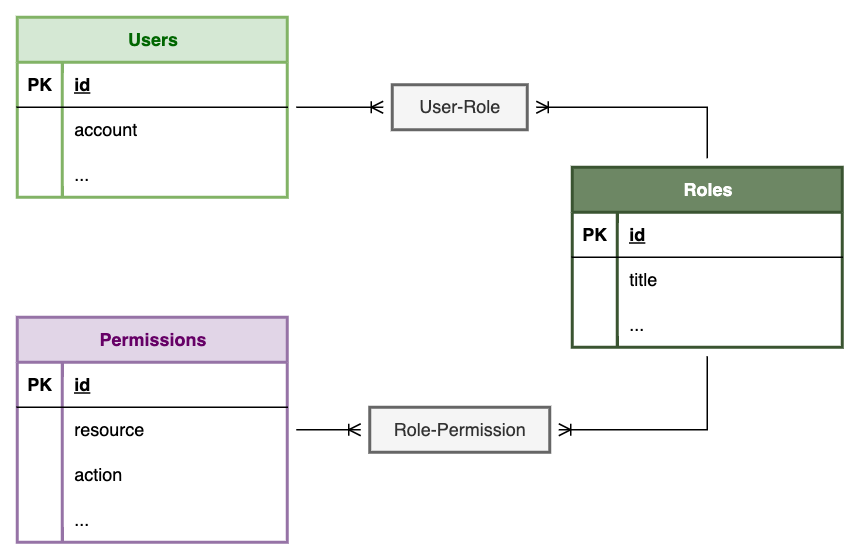
Earlier version of the draw.io export docs/system-design/02-user-access-control/user-access-control.drawio.png (LsYueh/SBOS). Source tidied: cells renumbered, new cells last; positions are measured from the earlier drawing's top-left corner, leaving out a move shared by most shapes. Source of this version:
```xml
<mxGraphModel>
  <root>
    <mxCell id="0" />
    <mxCell id="1" parent="0" />
    <mxCell id="2" value="Users" style="shape=table;startSize=30;rowLines=0;fontStyle=1;align=center;html=1;rounded=0;fillColor=#d5e8d4;strokeColor=#82b366;fontColor=#006600;strokeWidth=2;" parent="1" vertex="1">
      <mxGeometry width="180" height="120" as="geometry" />
    </mxCell>
    <mxCell id="3" style="shape=tableRow;horizontal=0;startSize=0;swimlaneHead=0;swimlaneBody=0;fillColor=none;points=[[0,0.5],[1,0.5]];portConstraint=eastwest;top=0;left=0;right=0;bottom=1;" parent="2" vertex="1">
      <mxGeometry y="30" width="180" height="30" as="geometry" />
    </mxCell>
    <mxCell id="4" value="PK" style="shape=partialRectangle;fillColor=none;top=0;left=0;bottom=0;right=0;fontStyle=1;overflow=hidden;whiteSpace=wrap;html=1;" parent="3" vertex="1">
      <mxGeometry width="30" height="30" as="geometry" />
    </mxCell>
    <mxCell id="5" value="id" style="shape=partialRectangle;fillColor=none;top=0;left=0;bottom=0;right=0;align=left;spacingLeft=6;fontStyle=5;overflow=hidden;whiteSpace=wrap;html=1;" parent="3" vertex="1">
      <mxGeometry x="30" width="150" height="30" as="geometry" />
    </mxCell>
    <mxCell id="6" style="shape=tableRow;horizontal=0;startSize=0;swimlaneHead=0;swimlaneBody=0;fillColor=none;top=0;left=0;right=0;bottom=0;" parent="2" vertex="1">
      <mxGeometry y="60" width="180" height="30" as="geometry" />
    </mxCell>
    <mxCell id="7" style="shape=partialRectangle;fillColor=none;top=0;left=0;bottom=0;right=0;overflow=hidden;whiteSpace=wrap;html=1;" parent="6" vertex="1">
      <mxGeometry width="30" height="30" as="geometry" />
    </mxCell>
    <mxCell id="8" value="account" style="shape=partialRectangle;fillColor=none;top=0;left=0;bottom=0;right=0;align=left;spacingLeft=6;overflow=hidden;whiteSpace=wrap;html=1;" parent="6" vertex="1">
      <mxGeometry x="30" width="150" height="30" as="geometry" />
    </mxCell>
    <mxCell id="9" style="shape=tableRow;horizontal=0;startSize=0;swimlaneHead=0;swimlaneBody=0;fillColor=none;top=0;left=0;right=0;bottom=0;" parent="2" vertex="1">
      <mxGeometry y="90" width="180" height="30" as="geometry" />
    </mxCell>
    <mxCell id="10" style="shape=partialRectangle;fillColor=none;top=0;left=0;bottom=0;right=0;overflow=hidden;whiteSpace=wrap;html=1;" parent="9" vertex="1">
      <mxGeometry width="30" height="30" as="geometry" />
    </mxCell>
    <mxCell id="11" value="..." style="shape=partialRectangle;fillColor=none;top=0;left=0;bottom=0;right=0;align=left;spacingLeft=6;overflow=hidden;whiteSpace=wrap;html=1;" parent="9" vertex="1">
      <mxGeometry x="30" width="150" height="30" as="geometry" />
    </mxCell>
    <mxCell id="12" value="Roles" style="shape=table;startSize=30;rowLines=0;fontStyle=1;align=center;html=1;rounded=0;fillColor=#6d8764;fontColor=#ffffff;strokeColor=#3A5431;strokeWidth=2;" parent="1" vertex="1">
      <mxGeometry x="370" y="100" width="180" height="120" as="geometry" />
    </mxCell>
    <mxCell id="13" style="shape=tableRow;horizontal=0;startSize=0;swimlaneHead=0;swimlaneBody=0;fillColor=none;points=[[0,0.5],[1,0.5]];portConstraint=eastwest;top=0;left=0;right=0;bottom=1;" parent="12" vertex="1">
      <mxGeometry y="30" width="180" height="30" as="geometry" />
    </mxCell>
    <mxCell id="14" value="PK" style="shape=partialRectangle;fillColor=none;top=0;left=0;bottom=0;right=0;fontStyle=1;overflow=hidden;whiteSpace=wrap;html=1;" parent="13" vertex="1">
      <mxGeometry width="30" height="30" as="geometry" />
    </mxCell>
    <mxCell id="15" value="id" style="shape=partialRectangle;fillColor=none;top=0;left=0;bottom=0;right=0;align=left;spacingLeft=6;fontStyle=5;overflow=hidden;whiteSpace=wrap;html=1;" parent="13" vertex="1">
      <mxGeometry x="30" width="150" height="30" as="geometry" />
    </mxCell>
    <mxCell id="16" style="shape=tableRow;horizontal=0;startSize=0;swimlaneHead=0;swimlaneBody=0;fillColor=none;top=0;left=0;right=0;bottom=0;" parent="12" vertex="1">
      <mxGeometry y="60" width="180" height="30" as="geometry" />
    </mxCell>
    <mxCell id="17" style="shape=partialRectangle;fillColor=none;top=0;left=0;bottom=0;right=0;overflow=hidden;whiteSpace=wrap;html=1;" parent="16" vertex="1">
      <mxGeometry width="30" height="30" as="geometry" />
    </mxCell>
    <mxCell id="18" value="title" style="shape=partialRectangle;fillColor=none;top=0;left=0;bottom=0;right=0;align=left;spacingLeft=6;overflow=hidden;whiteSpace=wrap;html=1;" parent="16" vertex="1">
      <mxGeometry x="30" width="150" height="30" as="geometry" />
    </mxCell>
    <mxCell id="19" style="shape=tableRow;horizontal=0;startSize=0;swimlaneHead=0;swimlaneBody=0;fillColor=none;top=0;left=0;right=0;bottom=0;" parent="12" vertex="1">
      <mxGeometry y="90" width="180" height="30" as="geometry" />
    </mxCell>
    <mxCell id="20" style="shape=partialRectangle;fillColor=none;top=0;left=0;bottom=0;right=0;overflow=hidden;whiteSpace=wrap;html=1;" parent="19" vertex="1">
      <mxGeometry width="30" height="30" as="geometry" />
    </mxCell>
    <mxCell id="21" value="..." style="shape=partialRectangle;fillColor=none;top=0;left=0;bottom=0;right=0;align=left;spacingLeft=6;overflow=hidden;whiteSpace=wrap;html=1;" parent="19" vertex="1">
      <mxGeometry x="30" width="150" height="30" as="geometry" />
    </mxCell>
    <mxCell id="22" value="Permissions" style="shape=table;startSize=30;rowLines=0;fontStyle=1;align=center;html=1;rounded=0;fillColor=#e1d5e7;strokeColor=#9673a6;fontColor=#660066;strokeWidth=2;" parent="1" vertex="1">
      <mxGeometry y="200" width="180" height="150" as="geometry" />
    </mxCell>
    <mxCell id="23" style="shape=tableRow;horizontal=0;startSize=0;swimlaneHead=0;swimlaneBody=0;fillColor=none;points=[[0,0.5],[1,0.5]];portConstraint=eastwest;top=0;left=0;right=0;bottom=1;" parent="22" vertex="1">
      <mxGeometry y="30" width="180" height="30" as="geometry" />
    </mxCell>
    <mxCell id="24" value="PK" style="shape=partialRectangle;fillColor=none;top=0;left=0;bottom=0;right=0;fontStyle=1;overflow=hidden;whiteSpace=wrap;html=1;" parent="23" vertex="1">
      <mxGeometry width="30" height="30" as="geometry" />
    </mxCell>
    <mxCell id="25" value="id" style="shape=partialRectangle;fillColor=none;top=0;left=0;bottom=0;right=0;align=left;spacingLeft=6;fontStyle=5;overflow=hidden;whiteSpace=wrap;html=1;" parent="23" vertex="1">
      <mxGeometry x="30" width="150" height="30" as="geometry" />
    </mxCell>
    <mxCell id="26" style="shape=tableRow;horizontal=0;startSize=0;swimlaneHead=0;swimlaneBody=0;fillColor=none;top=0;left=0;right=0;bottom=0;" parent="22" vertex="1">
      <mxGeometry y="60" width="180" height="30" as="geometry" />
    </mxCell>
    <mxCell id="27" style="shape=partialRectangle;fillColor=none;top=0;left=0;bottom=0;right=0;overflow=hidden;whiteSpace=wrap;html=1;" parent="26" vertex="1">
      <mxGeometry width="30" height="30" as="geometry" />
    </mxCell>
    <mxCell id="28" value="resource" style="shape=partialRectangle;fillColor=none;top=0;left=0;bottom=0;right=0;align=left;spacingLeft=6;overflow=hidden;whiteSpace=wrap;html=1;" parent="26" vertex="1">
      <mxGeometry x="30" width="150" height="30" as="geometry" />
    </mxCell>
    <mxCell id="29" style="shape=tableRow;horizontal=0;startSize=0;swimlaneHead=0;swimlaneBody=0;fillColor=none;top=0;left=0;right=0;bottom=0;" parent="22" vertex="1">
      <mxGeometry y="90" width="180" height="30" as="geometry" />
    </mxCell>
    <mxCell id="30" style="shape=partialRectangle;fillColor=none;top=0;left=0;bottom=0;right=0;overflow=hidden;whiteSpace=wrap;html=1;" parent="29" vertex="1">
      <mxGeometry width="30" height="30" as="geometry" />
    </mxCell>
    <mxCell id="31" value="action" style="shape=partialRectangle;fillColor=none;top=0;left=0;bottom=0;right=0;align=left;spacingLeft=6;overflow=hidden;whiteSpace=wrap;html=1;" parent="29" vertex="1">
      <mxGeometry x="30" width="150" height="30" as="geometry" />
    </mxCell>
    <mxCell id="32" style="shape=tableRow;horizontal=0;startSize=0;swimlaneHead=0;swimlaneBody=0;fillColor=none;top=0;left=0;right=0;bottom=0;" parent="22" vertex="1">
      <mxGeometry y="120" width="180" height="30" as="geometry" />
    </mxCell>
    <mxCell id="33" style="shape=partialRectangle;fillColor=none;top=0;left=0;bottom=0;right=0;overflow=hidden;whiteSpace=wrap;html=1;" parent="32" vertex="1">
      <mxGeometry width="30" height="30" as="geometry" />
    </mxCell>
    <mxCell id="34" value="..." style="shape=partialRectangle;fillColor=none;top=0;left=0;bottom=0;right=0;align=left;spacingLeft=6;overflow=hidden;whiteSpace=wrap;html=1;" parent="32" vertex="1">
      <mxGeometry x="30" width="150" height="30" as="geometry" />
    </mxCell>
    <mxCell id="35" value="User-Role" style="whiteSpace=wrap;html=1;align=center;fillColor=#f5f5f5;strokeColor=#666666;fontColor=#333333;strokeWidth=2;" parent="1" vertex="1">
      <mxGeometry x="250" y="45" width="90" height="30" as="geometry" />
    </mxCell>
    <mxCell id="36" value="Role-Permission" style="whiteSpace=wrap;html=1;align=center;fillColor=#f5f5f5;fontColor=#333333;strokeColor=#666666;strokeWidth=2;" parent="1" vertex="1">
      <mxGeometry x="235" y="260" width="120" height="30" as="geometry" />
    </mxCell>
    <mxCell id="37" style="fontSize=12;html=1;endArrow=ERoneToMany;rounded=0;strokeColor=default;align=center;verticalAlign=middle;fontFamily=Helvetica;fontColor=default;labelBackgroundColor=default;sourcePerimeterSpacing=6;targetPerimeterSpacing=6;edgeStyle=entityRelationEdgeStyle;" parent="1" edge="1" source="2" target="35">
      <mxGeometry relative="1" as="geometry" />
    </mxCell>
    <mxCell id="38" style="fontSize=12;html=1;endArrow=ERoneToMany;rounded=0;sourcePerimeterSpacing=6;targetPerimeterSpacing=6;edgeStyle=orthogonalEdgeStyle;" parent="1" edge="1" source="12" target="35">
      <mxGeometry relative="1" as="geometry">
        <Array as="points">
          <mxPoint x="460" y="60" />
        </Array>
      </mxGeometry>
    </mxCell>
    <mxCell id="39" style="fontSize=12;html=1;endArrow=ERoneToMany;rounded=0;strokeColor=default;align=center;verticalAlign=middle;fontFamily=Helvetica;fontColor=default;labelBackgroundColor=default;sourcePerimeterSpacing=6;targetPerimeterSpacing=6;edgeStyle=entityRelationEdgeStyle;" parent="1" edge="1" source="22" target="36">
      <mxGeometry relative="1" as="geometry" />
    </mxCell>
    <mxCell id="40" style="fontSize=12;html=1;endArrow=ERoneToMany;rounded=0;strokeColor=default;align=center;verticalAlign=middle;fontFamily=Helvetica;fontColor=default;labelBackgroundColor=default;sourcePerimeterSpacing=6;targetPerimeterSpacing=6;edgeStyle=elbowEdgeStyle;" parent="1" edge="1" source="12" target="36">
      <mxGeometry relative="1" as="geometry">
        <Array as="points">
          <mxPoint x="460" y="250" />
        </Array>
      </mxGeometry>
    </mxCell>
  </root>
</mxGraphModel>
```
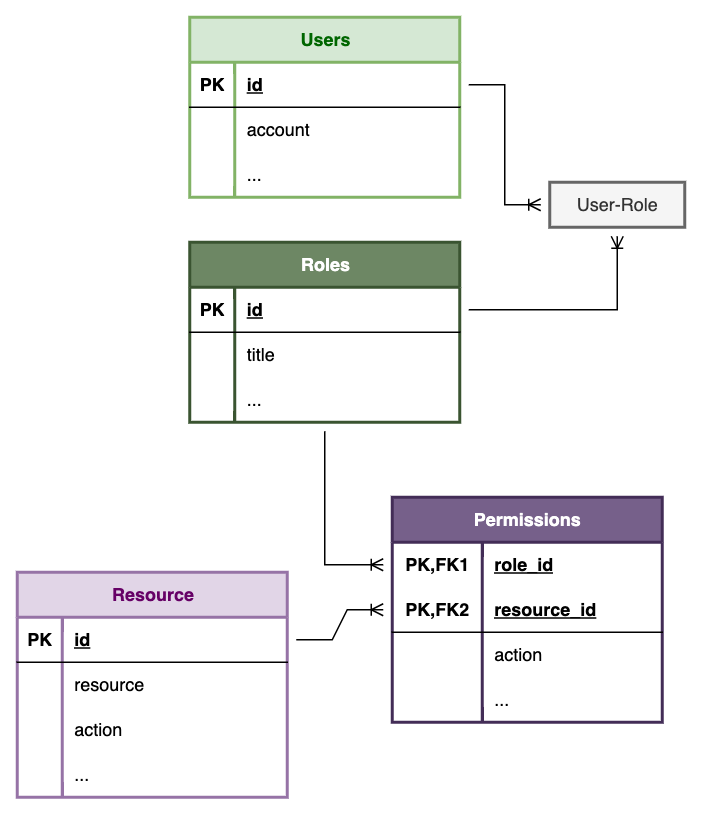
The same diagram one commit later.

What changed in the source:
```diff
@@ -3,7 +3,7 @@
     <mxCell id="0" />
     <mxCell id="1" parent="0" />
     <mxCell id="2" value="Users" style="shape=table;startSize=30;rowLines=0;fontStyle=1;align=center;html=1;rounded=0;fillColor=#d5e8d4;strokeColor=#82b366;fontColor=#006600;strokeWidth=2;" parent="1" vertex="1">
-      <mxGeometry width="180" height="120" as="geometry" />
+      <mxGeometry x="25" y="-70" width="180" height="120" as="geometry" />
     </mxCell>
     <mxCell id="3" style="shape=tableRow;horizontal=0;startSize=0;swimlaneHead=0;swimlaneBody=0;fillColor=none;points=[[0,0.5],[1,0.5]];portConstraint=eastwest;top=0;left=0;right=0;bottom=1;" parent="2" vertex="1">
       <mxGeometry y="30" width="180" height="30" as="geometry" />
@@ -33,7 +33,7 @@
       <mxGeometry x="30" width="150" height="30" as="geometry" />
     </mxCell>
     <mxCell id="12" value="Roles" style="shape=table;startSize=30;rowLines=0;fontStyle=1;align=center;html=1;rounded=0;fillColor=#6d8764;fontColor=#ffffff;strokeColor=#3A5431;strokeWidth=2;" parent="1" vertex="1">
-      <mxGeometry x="370" y="100" width="180" height="120" as="geometry" />
+      <mxGeometry x="25" y="80" width="180" height="120" as="geometry" />
     </mxCell>
     <mxCell id="13" style="shape=tableRow;horizontal=0;startSize=0;swimlaneHead=0;swimlaneBody=0;fillColor=none;points=[[0,0.5],[1,0.5]];portConstraint=eastwest;top=0;left=0;right=0;bottom=1;" parent="12" vertex="1">
       <mxGeometry y="30" width="180" height="30" as="geometry" />
@@ -62,8 +62,8 @@
     <mxCell id="21" value="..." style="shape=partialRectangle;fillColor=none;top=0;left=0;bottom=0;right=0;align=left;spacingLeft=6;overflow=hidden;whiteSpace=wrap;html=1;" parent="19" vertex="1">
       <mxGeometry x="30" width="150" height="30" as="geometry" />
     </mxCell>
-    <mxCell id="22" value="Permissions" style="shape=table;startSize=30;rowLines=0;fontStyle=1;align=center;html=1;rounded=0;fillColor=#e1d5e7;strokeColor=#9673a6;fontColor=#660066;strokeWidth=2;" parent="1" vertex="1">
-      <mxGeometry y="200" width="180" height="150" as="geometry" />
+    <mxCell id="22" value="Resource" style="shape=table;startSize=30;rowLines=0;fontStyle=1;align=center;html=1;rounded=0;fillColor=#e1d5e7;strokeColor=#9673a6;fontColor=#660066;strokeWidth=2;" parent="1" vertex="1">
+      <mxGeometry x="-90" y="300" width="180" height="150" as="geometry" />
     </mxCell>
     <mxCell id="23" style="shape=tableRow;horizontal=0;startSize=0;swimlaneHead=0;swimlaneBody=0;fillColor=none;points=[[0,0.5],[1,0.5]];portConstraint=eastwest;top=0;left=0;right=0;bottom=1;" parent="22" vertex="1">
       <mxGeometry y="30" width="180" height="30" as="geometry" />
@@ -102,30 +102,66 @@
       <mxGeometry x="30" width="150" height="30" as="geometry" />
     </mxCell>
     <mxCell id="35" value="User-Role" style="whiteSpace=wrap;html=1;align=center;fillColor=#f5f5f5;strokeColor=#666666;fontColor=#333333;strokeWidth=2;" parent="1" vertex="1">
-      <mxGeometry x="250" y="45" width="90" height="30" as="geometry" />
+      <mxGeometry x="265" y="40" width="90" height="30" as="geometry" />
     </mxCell>
-    <mxCell id="36" value="Role-Permission" style="whiteSpace=wrap;html=1;align=center;fillColor=#f5f5f5;fontColor=#333333;strokeColor=#666666;strokeWidth=2;" parent="1" vertex="1">
-      <mxGeometry x="235" y="260" width="120" height="30" as="geometry" />
-    </mxCell>
-    <mxCell id="37" style="fontSize=12;html=1;endArrow=ERoneToMany;rounded=0;strokeColor=default;align=center;verticalAlign=middle;fontFamily=Helvetica;fontColor=default;labelBackgroundColor=default;sourcePerimeterSpacing=6;targetPerimeterSpacing=6;edgeStyle=entityRelationEdgeStyle;" parent="1" edge="1" source="2" target="35">
+    <mxCell id="37" style="fontSize=12;html=1;endArrow=ERoneToMany;rounded=0;strokeColor=default;align=center;verticalAlign=middle;fontFamily=Helvetica;fontColor=default;labelBackgroundColor=default;sourcePerimeterSpacing=6;targetPerimeterSpacing=6;edgeStyle=entityRelationEdgeStyle;" parent="1" edge="1" source="3" target="35">
       <mxGeometry relative="1" as="geometry" />
     </mxCell>
-    <mxCell id="38" style="fontSize=12;html=1;endArrow=ERoneToMany;rounded=0;sourcePerimeterSpacing=6;targetPerimeterSpacing=6;edgeStyle=orthogonalEdgeStyle;" parent="1" edge="1" source="12" target="35">
+    <mxCell id="38" style="fontSize=12;html=1;endArrow=ERoneToMany;rounded=0;sourcePerimeterSpacing=6;targetPerimeterSpacing=6;edgeStyle=orthogonalEdgeStyle;" parent="1" edge="1" source="13" target="35">
       <mxGeometry relative="1" as="geometry">
         <Array as="points">
-          <mxPoint x="460" y="60" />
+          <mxPoint x="310" y="125" />
         </Array>
       </mxGeometry>
     </mxCell>
-    <mxCell id="39" style="fontSize=12;html=1;endArrow=ERoneToMany;rounded=0;strokeColor=default;align=center;verticalAlign=middle;fontFamily=Helvetica;fontColor=default;labelBackgroundColor=default;sourcePerimeterSpacing=6;targetPerimeterSpacing=6;edgeStyle=entityRelationEdgeStyle;" parent="1" edge="1" source="22" target="36">
+    <mxCell id="39" style="fontSize=12;html=1;endArrow=ERoneToMany;rounded=0;strokeColor=default;align=center;verticalAlign=middle;fontFamily=Helvetica;fontColor=default;labelBackgroundColor=default;sourcePerimeterSpacing=6;targetPerimeterSpacing=6;edgeStyle=entityRelationEdgeStyle;" parent="1" edge="1" source="23" target="45">
       <mxGeometry relative="1" as="geometry" />
     </mxCell>
-    <mxCell id="40" style="fontSize=12;html=1;endArrow=ERoneToMany;rounded=0;strokeColor=default;align=center;verticalAlign=middle;fontFamily=Helvetica;fontColor=default;labelBackgroundColor=default;sourcePerimeterSpacing=6;targetPerimeterSpacing=6;edgeStyle=elbowEdgeStyle;" parent="1" edge="1" source="12" target="36">
+    <mxCell id="40" style="fontSize=12;html=1;endArrow=ERoneToMany;rounded=0;strokeColor=default;align=center;verticalAlign=middle;fontFamily=Helvetica;fontColor=default;labelBackgroundColor=default;sourcePerimeterSpacing=6;targetPerimeterSpacing=6;edgeStyle=elbowEdgeStyle;" parent="1" edge="1" source="12" target="42">
       <mxGeometry relative="1" as="geometry">
         <Array as="points">
-          <mxPoint x="460" y="250" />
+          <mxPoint x="115" y="230" />
         </Array>
       </mxGeometry>
     </mxCell>
+    <mxCell id="41" value="Permissions" style="shape=table;startSize=30;rowLines=0;fontStyle=1;align=center;html=1;whiteSpace=wrap;strokeWidth=2;fillColor=#76608a;strokeColor=#432D57;fontColor=#ffffff;" parent="1" vertex="1">
+      <mxGeometry x="160" y="250" width="180" height="150" as="geometry" />
+    </mxCell>
+    <mxCell id="42" style="shape=tableRow;horizontal=0;startSize=0;swimlaneHead=0;swimlaneBody=0;fillColor=none;points=[[0,0.5],[1,0.5]];portConstraint=eastwest;top=0;left=0;right=0;bottom=0;html=1;" parent="41" vertex="1">
+      <mxGeometry y="30" width="180" height="30" as="geometry" />
+    </mxCell>
+    <mxCell id="43" value="PK,FK1" style="shape=partialRectangle;fillColor=none;top=0;left=0;bottom=0;right=0;fontStyle=1;overflow=hidden;html=1;whiteSpace=wrap;" parent="42" vertex="1">
+      <mxGeometry width="60" height="30" as="geometry" />
+    </mxCell>
+    <mxCell id="44" value="role_id" style="shape=partialRectangle;fillColor=none;top=0;left=0;bottom=0;right=0;align=left;spacingLeft=6;fontStyle=5;overflow=hidden;html=1;whiteSpace=wrap;" parent="42" vertex="1">
+      <mxGeometry x="60" width="120" height="30" as="geometry" />
+    </mxCell>
+    <mxCell id="45" style="shape=tableRow;horizontal=0;startSize=0;swimlaneHead=0;swimlaneBody=0;fillColor=none;points=[[0,0.5],[1,0.5]];portConstraint=eastwest;top=0;left=0;right=0;bottom=1;html=1;" parent="41" vertex="1">
+      <mxGeometry y="60" width="180" height="30" as="geometry" />
+    </mxCell>
+    <mxCell id="46" value="PK,FK2" style="shape=partialRectangle;fillColor=none;top=0;left=0;bottom=0;right=0;fontStyle=1;overflow=hidden;html=1;whiteSpace=wrap;" parent="45" vertex="1">
+      <mxGeometry width="60" height="30" as="geometry" />
+    </mxCell>
+    <mxCell id="47" value="resource_id" style="shape=partialRectangle;fillColor=none;top=0;left=0;bottom=0;right=0;align=left;spacingLeft=6;fontStyle=5;overflow=hidden;html=1;whiteSpace=wrap;" parent="45" vertex="1">
+      <mxGeometry x="60" width="120" height="30" as="geometry" />
+    </mxCell>
+    <mxCell id="48" style="shape=tableRow;horizontal=0;startSize=0;swimlaneHead=0;swimlaneBody=0;fillColor=none;top=0;left=0;right=0;bottom=0;html=1;" parent="41" vertex="1">
+      <mxGeometry y="90" width="180" height="30" as="geometry" />
+    </mxCell>
+    <mxCell id="49" style="shape=partialRectangle;fillColor=none;top=0;left=0;bottom=0;right=0;overflow=hidden;html=1;whiteSpace=wrap;" parent="48" vertex="1">
+      <mxGeometry width="60" height="30" as="geometry" />
+    </mxCell>
+    <mxCell id="50" value="action" style="shape=partialRectangle;fillColor=none;top=0;left=0;bottom=0;right=0;align=left;spacingLeft=6;overflow=hidden;html=1;whiteSpace=wrap;" parent="48" vertex="1">
+      <mxGeometry x="60" width="120" height="30" as="geometry" />
+    </mxCell>
+    <mxCell id="51" style="shape=tableRow;horizontal=0;startSize=0;swimlaneHead=0;swimlaneBody=0;fillColor=none;top=0;left=0;right=0;bottom=0;html=1;" parent="41" vertex="1">
+      <mxGeometry y="120" width="180" height="30" as="geometry" />
+    </mxCell>
+    <mxCell id="52" style="shape=partialRectangle;fillColor=none;top=0;left=0;bottom=0;right=0;overflow=hidden;html=1;whiteSpace=wrap;" parent="51" vertex="1">
+      <mxGeometry width="60" height="30" as="geometry" />
+    </mxCell>
+    <mxCell id="53" value="..." style="shape=partialRectangle;fillColor=none;top=0;left=0;bottom=0;right=0;align=left;spacingLeft=6;overflow=hidden;html=1;whiteSpace=wrap;" parent="51" vertex="1">
+      <mxGeometry x="60" width="120" height="30" as="geometry" />
+    </mxCell>
   </root>
 </mxGraphModel>
```
